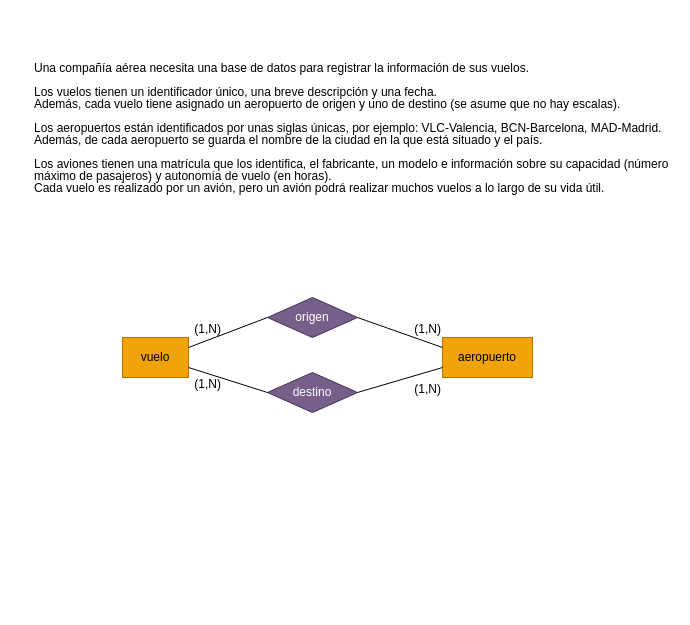
Neixxl/BaseDeDatos keeps this draw.io diagram as REPASO/35 Compañía aérea.drawio. Above is the earlier version. Source tidied: cells renumbered, new cells numbered last; positions are measured from the earlier drawing's top-left corner, leaving out a move shared by most shapes. Both pictures are drawn from the tidied source at 100%, with x=0, y=0 at pixel (32, 17).
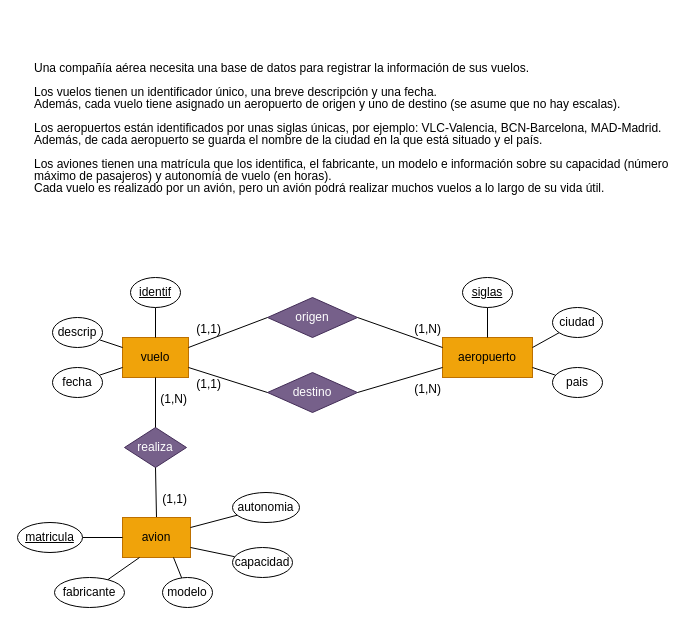
After the change.

The change refers to these unchanged cells:
```xml
<mxCell id="3" value="vuelo" style="whiteSpace=wrap;html=1;align=center;fillColor=#f0a30a;strokeColor=#BD7000;fontColor=#000000;" parent="1" vertex="1">
  <mxGeometry x="90" y="320" width="66" height="40" as="geometry" />
</mxCell>
<mxCell id="4" value="aeropuerto" style="whiteSpace=wrap;html=1;align=center;fillColor=#f0a30a;strokeColor=#BD7000;fontColor=#000000;" parent="1" vertex="1">
  <mxGeometry x="410" y="320" width="90" height="40" as="geometry" />
</mxCell>
<mxCell id="6" style="endArrow=none;html=1;rounded=0;exitX=0;exitY=0.5;exitDx=0;exitDy=0;entryX=1;entryY=0.25;entryDx=0;entryDy=0;" parent="1" edge="1" source="5" target="3">
  <mxGeometry relative="1" as="geometry" />
</mxCell>
<mxCell id="11" style="endArrow=none;html=1;rounded=0;exitX=0;exitY=0.5;exitDx=0;exitDy=0;entryX=1;entryY=0.75;entryDx=0;entryDy=0;" parent="1" edge="1" source="10" target="3">
  <mxGeometry relative="1" as="geometry" />
</mxCell>
```

What changed in the source:
```diff
@@
-    <mxCell id="7" value="(1,N)" style="html=1;whiteSpace=wrap;align=right;verticalAlign=bottom;" parent="6" vertex="1">
+    <mxCell id="7" value="(1,1)" style="html=1;whiteSpace=wrap;align=right;verticalAlign=bottom;" parent="6" vertex="1">
       <mxGeometry x="1" relative="1" as="geometry">
         <mxPoint x="34" y="-10" as="offset" />
       </mxGeometry>
     </mxCell>
@@
-    <mxCell id="12" value="(1,N)" style="html=1;whiteSpace=wrap;align=right;verticalAlign=bottom;" parent="11" vertex="1">
+    <mxCell id="12" value="(1,1)" style="html=1;whiteSpace=wrap;align=right;verticalAlign=bottom;" parent="11" vertex="1">
       <mxGeometry x="1" relative="1" as="geometry">
         <mxPoint x="34" y="25" as="offset" />
       </mxGeometry>
     </mxCell>
@@
+    <mxCell id="15" style="endArrow=none;html=1;rounded=0;exitX=0.5;exitY=0;exitDx=0;exitDy=0;" parent="1" edge="1" source="3" target="16">
+      <mxGeometry relative="1" as="geometry" />
+    </mxCell>
+    <mxCell id="16" value="&lt;u&gt;identif&lt;/u&gt;" style="ellipse;whiteSpace=wrap;html=1;align=center;" parent="1" vertex="1">
+      <mxGeometry x="98" y="260" width="50" height="30" as="geometry" />
+    </mxCell>
+    <mxCell id="17" style="endArrow=none;html=1;rounded=0;exitX=0;exitY=0.25;exitDx=0;exitDy=0;" parent="1" edge="1" source="3" target="18">
+      <mxGeometry relative="1" as="geometry" />
+    </mxCell>
+    <mxCell id="18" value="descrip" style="ellipse;whiteSpace=wrap;html=1;align=center;" parent="1" vertex="1">
+      <mxGeometry x="20" y="300" width="50" height="30" as="geometry" />
+    </mxCell>
+    <mxCell id="19" style="endArrow=none;html=1;rounded=0;exitX=0;exitY=0.75;exitDx=0;exitDy=0;" parent="1" edge="1" source="3" target="20">
+      <mxGeometry relative="1" as="geometry" />
+    </mxCell>
+    <mxCell id="20" value="fecha" style="ellipse;whiteSpace=wrap;html=1;align=center;" parent="1" vertex="1">
+      <mxGeometry x="20" y="350" width="50" height="30" as="geometry" />
+    </mxCell>
+    <mxCell id="21" style="endArrow=none;html=1;rounded=0;exitX=0.5;exitY=0;exitDx=0;exitDy=0;" parent="1" edge="1" source="4" target="22">
+      <mxGeometry relative="1" as="geometry" />
+    </mxCell>
+    <mxCell id="22" value="&lt;u&gt;siglas&lt;/u&gt;" style="ellipse;whiteSpace=wrap;html=1;align=center;" parent="1" vertex="1">
+      <mxGeometry x="430" y="260" width="50" height="30" as="geometry" />
+    </mxCell>
+    <mxCell id="23" style="endArrow=none;html=1;rounded=0;exitX=1;exitY=0.25;exitDx=0;exitDy=0;" parent="1" edge="1" source="4" target="24">
+      <mxGeometry relative="1" as="geometry" />
+    </mxCell>
+    <mxCell id="24" value="ciudad" style="ellipse;whiteSpace=wrap;html=1;align=center;" parent="1" vertex="1">
+      <mxGeometry x="520" y="290" width="50" height="30" as="geometry" />
+    </mxCell>
+    <mxCell id="25" style="endArrow=none;html=1;rounded=0;exitX=1;exitY=0.75;exitDx=0;exitDy=0;" parent="1" edge="1" source="4" target="26">
+      <mxGeometry relative="1" as="geometry" />
+    </mxCell>
+    <mxCell id="26" value="pais" style="ellipse;whiteSpace=wrap;html=1;align=center;" parent="1" vertex="1">
+      <mxGeometry x="520" y="350" width="50" height="30" as="geometry" />
+    </mxCell>
+    <mxCell id="27" value="realiza" style="shape=rhombus;perimeter=rhombusPerimeter;whiteSpace=wrap;html=1;align=center;fillColor=#76608a;fontColor=#ffffff;strokeColor=#432D57;" parent="1" vertex="1">
+      <mxGeometry x="92" y="410" width="62" height="40" as="geometry" />
+    </mxCell>
+    <mxCell id="28" style="endArrow=none;html=1;rounded=0;exitX=0.5;exitY=0;exitDx=0;exitDy=0;entryX=0.5;entryY=1;entryDx=0;entryDy=0;" parent="1" edge="1" source="27" target="3">
+      <mxGeometry relative="1" as="geometry" />
+    </mxCell>
+    <mxCell id="29" value="(1,N)" style="html=1;whiteSpace=wrap;align=right;verticalAlign=bottom;" parent="28" vertex="1">
+      <mxGeometry x="1" relative="1" as="geometry">
+        <mxPoint x="33" y="30" as="offset" />
+      </mxGeometry>
+    </mxCell>
+    <mxCell id="30" style="endArrow=none;html=1;rounded=0;exitX=0.5;exitY=1;exitDx=0;exitDy=0;entryX=0.5;entryY=0;entryDx=0;entryDy=0;" parent="1" edge="1" source="27" target="32">
+      <mxGeometry relative="1" as="geometry" />
+    </mxCell>
+    <mxCell id="31" value="(1,1)" style="html=1;whiteSpace=wrap;align=right;verticalAlign=bottom;" parent="30" vertex="1">
+      <mxGeometry x="1" relative="1" as="geometry">
+        <mxPoint x="32" y="-10" as="offset" />
+      </mxGeometry>
+    </mxCell>
+    <mxCell id="32" value="avion" style="whiteSpace=wrap;html=1;align=center;fillColor=#f0a30a;strokeColor=#BD7000;fontColor=#000000;" parent="1" vertex="1">
+      <mxGeometry x="90" y="500" width="68" height="40" as="geometry" />
+    </mxCell>
+    <mxCell id="33" style="endArrow=none;html=1;rounded=0;exitX=0;exitY=0.5;exitDx=0;exitDy=0;" parent="1" edge="1" source="32" target="34">
+      <mxGeometry relative="1" as="geometry" />
+    </mxCell>
+    <mxCell id="34" value="&lt;u&gt;matricula&lt;/u&gt;" style="ellipse;whiteSpace=wrap;html=1;align=center;" parent="1" vertex="1">
+      <mxGeometry x="-15" y="505" width="65" height="30" as="geometry" />
+    </mxCell>
+    <mxCell id="35" style="endArrow=none;html=1;rounded=0;exitX=0.25;exitY=1;exitDx=0;exitDy=0;" parent="1" edge="1" source="32" target="36">
+      <mxGeometry relative="1" as="geometry" />
+    </mxCell>
+    <mxCell id="36" value="fabricante" style="ellipse;whiteSpace=wrap;html=1;align=center;" parent="1" vertex="1">
+      <mxGeometry x="22" y="560" width="70" height="30" as="geometry" />
+    </mxCell>
+    <mxCell id="37" style="endArrow=none;html=1;rounded=0;exitX=0.75;exitY=1;exitDx=0;exitDy=0;" parent="1" edge="1" source="32" target="38">
+      <mxGeometry relative="1" as="geometry" />
+    </mxCell>
+    <mxCell id="38" value="modelo" style="ellipse;whiteSpace=wrap;html=1;align=center;" parent="1" vertex="1">
+      <mxGeometry x="130" y="560" width="50" height="30" as="geometry" />
+    </mxCell>
+    <mxCell id="39" style="endArrow=none;html=1;rounded=0;exitX=1;exitY=0.75;exitDx=0;exitDy=0;" parent="1" edge="1" source="32" target="40">
+      <mxGeometry relative="1" as="geometry" />
+    </mxCell>
+    <mxCell id="40" value="capacidad" style="ellipse;whiteSpace=wrap;html=1;align=center;" parent="1" vertex="1">
+      <mxGeometry x="200" y="530" width="60" height="30" as="geometry" />
+    </mxCell>
+    <mxCell id="41" style="endArrow=none;html=1;rounded=0;exitX=1;exitY=0.25;exitDx=0;exitDy=0;" parent="1" edge="1" source="32" target="42">
+      <mxGeometry relative="1" as="geometry" />
+    </mxCell>
+    <mxCell id="42" value="autonomia" style="ellipse;whiteSpace=wrap;html=1;align=center;" parent="1" vertex="1">
+      <mxGeometry x="200" y="475" width="67" height="30" as="geometry" />
+    </mxCell>
```
